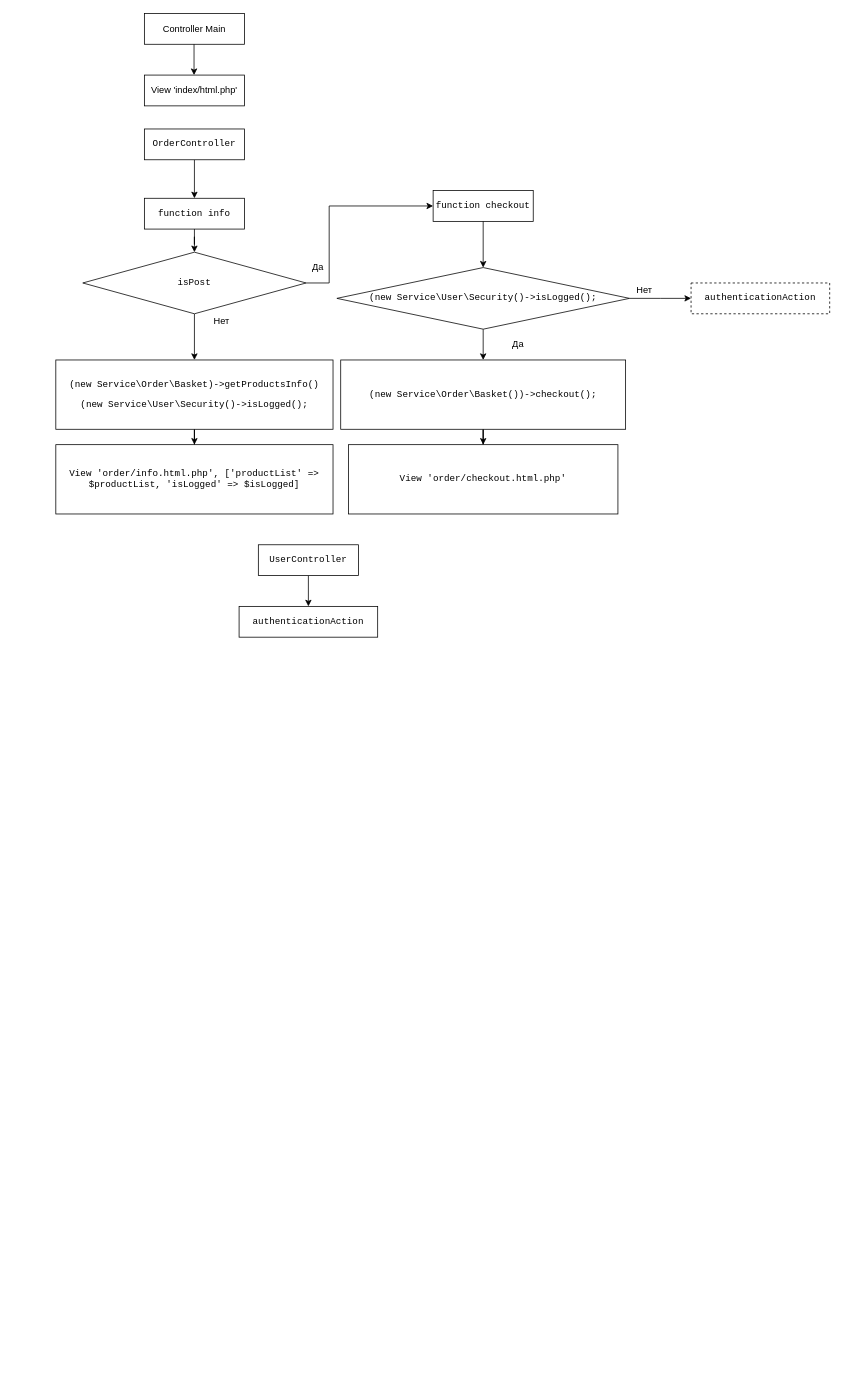
Before: GeekBrinse.drawio in johnkz1981/arch_gb, a draw.io diagram. Source tidied: cells renumbered, new cells numbered last; positions are measured from the earlier drawing's top-left corner, leaving out a move shared by most shapes. Both pictures are drawn from the tidied source at 77%, with x=0, y=0 at pixel (55, 13).
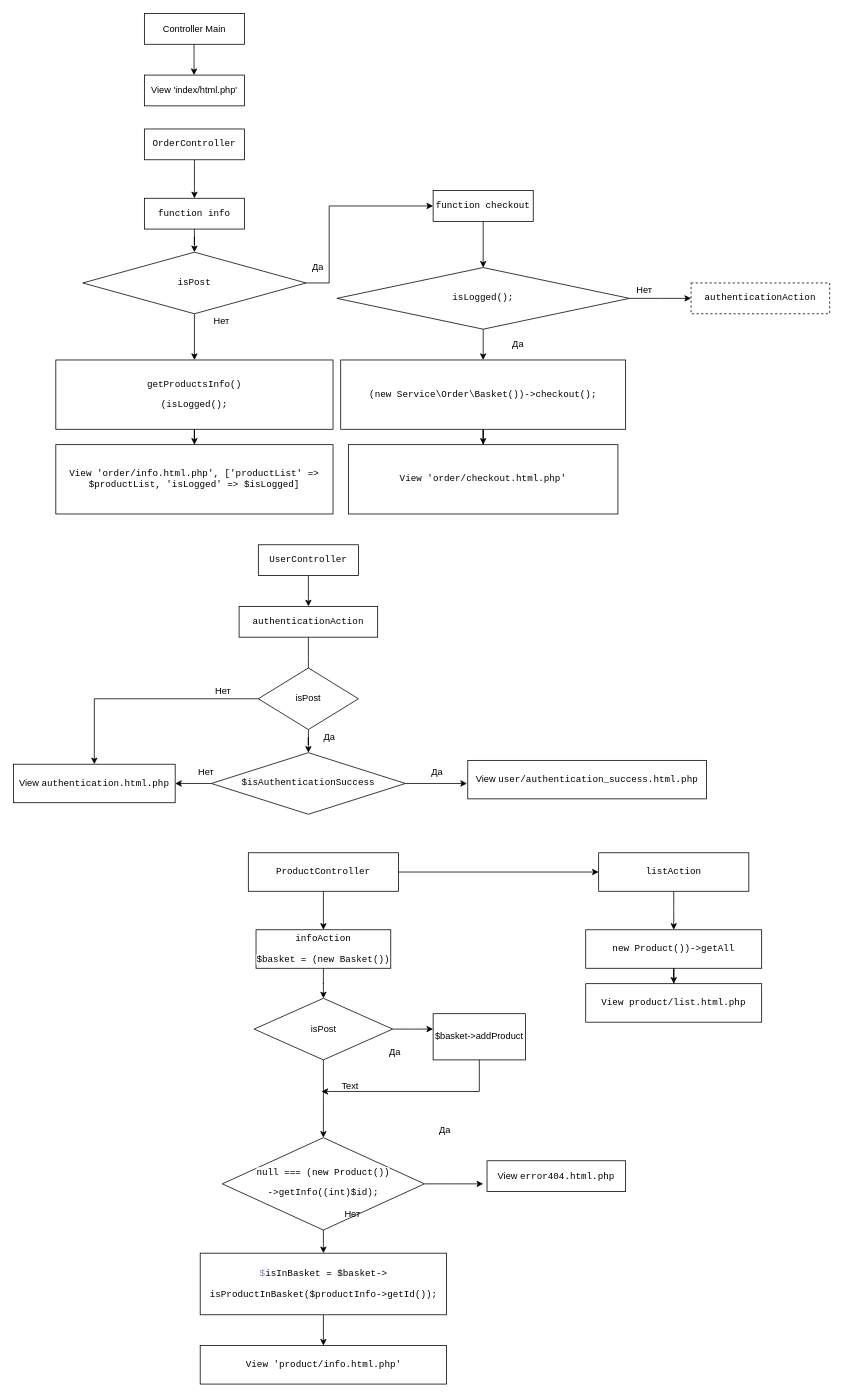
The same page after the edit.

The change refers to these unchanged cells:
```xml
<mxCell id="26" value="&lt;pre style=&quot;font-family: &amp;#34;courier new&amp;#34;&quot;&gt;&lt;pre style=&quot;font-family: &amp;#34;courier new&amp;#34;&quot;&gt;&lt;span style=&quot;background-color: rgb(255 , 255 , 255)&quot;&gt;authenticationAction&lt;/span&gt;&lt;/pre&gt;&lt;/pre&gt;" style="rounded=0;whiteSpace=wrap;html=1;" parent="1" vertex="1">
  <mxGeometry x="238" y="770" width="180" height="40" as="geometry" />
</mxCell>
```

What changed in the source:
```diff
@@
-    <mxCell id="17" value="&lt;pre style=&quot;font-family: &amp;#34;courier new&amp;#34;&quot;&gt;&lt;pre style=&quot;font-family: &amp;#34;courier new&amp;#34;&quot;&gt;&lt;span style=&quot;background-color: rgb(255 , 255 , 255)&quot;&gt;(new Service\Order\Basket)-&amp;gt;&lt;span style=&quot;font-family: &amp;#34;courier new&amp;#34; ; white-space: normal&quot;&gt;getProductsInfo&lt;/span&gt;&lt;span style=&quot;font-family: &amp;#34;courier new&amp;#34; ; white-space: normal&quot;&gt;(&lt;/span&gt;&lt;span style=&quot;font-family: &amp;#34;courier new&amp;#34; ; white-space: normal&quot;&gt;)&lt;/span&gt;&lt;/span&gt;&lt;/pre&gt;&lt;pre style=&quot;font-family: &amp;#34;courier new&amp;#34;&quot;&gt;&lt;pre style=&quot;font-family: &amp;#34;courier new&amp;#34;&quot;&gt;&lt;span style=&quot;background-color: rgb(255 , 255 , 255)&quot;&gt;(new &lt;/span&gt;Service\User\Security()-&amp;gt;isLogged();&lt;/pre&gt;&lt;/pre&gt;&lt;/pre&gt;" style="rounded=0;whiteSpace=wrap;html=1;" parent="1" vertex="1">
+    <mxCell id="17" value="&lt;pre style=&quot;font-family: &amp;#34;courier new&amp;#34;&quot;&gt;&lt;pre style=&quot;font-family: &amp;#34;courier new&amp;#34;&quot;&gt;&lt;span style=&quot;background-color: rgb(255 , 255 , 255)&quot;&gt;&lt;span style=&quot;font-family: &amp;#34;courier new&amp;#34; ; white-space: normal&quot;&gt;getProductsInfo&lt;/span&gt;&lt;span style=&quot;font-family: &amp;#34;courier new&amp;#34; ; white-space: normal&quot;&gt;(&lt;/span&gt;&lt;span style=&quot;font-family: &amp;#34;courier new&amp;#34; ; white-space: normal&quot;&gt;)&lt;/span&gt;&lt;/span&gt;&lt;/pre&gt;&lt;pre style=&quot;font-family: &amp;#34;courier new&amp;#34;&quot;&gt;&lt;pre style=&quot;font-family: &amp;#34;courier new&amp;#34;&quot;&gt;&lt;span style=&quot;background-color: rgb(255 , 255 , 255)&quot;&gt;(&lt;/span&gt;isLogged();&lt;/pre&gt;&lt;/pre&gt;&lt;/pre&gt;" style="rounded=0;whiteSpace=wrap;html=1;" parent="1" vertex="1">
       <mxGeometry y="450" width="360" height="90" as="geometry" />
     </mxCell>
@@
-    <mxCell id="22" value="&lt;pre style=&quot;font-family: &amp;#34;courier new&amp;#34;&quot;&gt;&lt;span style=&quot;background-color: rgb(255 , 255 , 255)&quot;&gt;(new &lt;/span&gt;Service\User\Security()-&amp;gt;isLogged();&lt;/pre&gt;" style="rhombus;whiteSpace=wrap;html=1;" parent="1" vertex="1">
+    <mxCell id="22" value="&lt;pre style=&quot;font-family: &amp;#34;courier new&amp;#34;&quot;&gt;isLogged();&lt;/pre&gt;" style="rhombus;whiteSpace=wrap;html=1;" parent="1" vertex="1">
       <mxGeometry x="365" y="330" width="380" height="80" as="geometry" />
     </mxCell>
@@
+    <mxCell id="32" style="edgeStyle=orthogonalEdgeStyle;rounded=0;jettySize=auto;html=1;" parent="1" edge="1" source="26">
+      <mxGeometry relative="1" as="geometry">
+        <mxPoint x="328" y="860" as="targetPoint" />
+      </mxGeometry>
+    </mxCell>
@@
+    <mxCell id="33" style="edgeStyle=orthogonalEdgeStyle;rounded=0;jettySize=auto;html=1;entryX=0.5;entryY=0;entryDx=0;entryDy=0;" parent="1" edge="1" source="35" target="39">
+      <mxGeometry relative="1" as="geometry" />
+    </mxCell>
+    <mxCell id="34" style="edgeStyle=orthogonalEdgeStyle;rounded=0;jettySize=auto;html=1;" parent="1" edge="1" source="35" target="38">
+      <mxGeometry relative="1" as="geometry" />
+    </mxCell>
+    <mxCell id="35" value="isPost" style="rhombus;whiteSpace=wrap;html=1;" parent="1" vertex="1">
+      <mxGeometry x="263" y="850" width="130" height="80" as="geometry" />
+    </mxCell>
+    <mxCell id="36" style="edgeStyle=orthogonalEdgeStyle;rounded=0;jettySize=auto;html=1;entryX=1;entryY=0.5;entryDx=0;entryDy=0;" parent="1" edge="1" source="38" target="39">
+      <mxGeometry relative="1" as="geometry" />
+    </mxCell>
+    <mxCell id="37" style="edgeStyle=orthogonalEdgeStyle;rounded=0;jettySize=auto;html=1;" parent="1" edge="1" source="38">
+      <mxGeometry relative="1" as="geometry">
+        <mxPoint x="534" y="1000" as="targetPoint" />
+      </mxGeometry>
+    </mxCell>
+    <mxCell id="38" value="&lt;pre style=&quot;font-family: &amp;#34;courier new&amp;#34;&quot;&gt;&lt;span style=&quot;background-color: rgb(255 , 255 , 255)&quot;&gt;$isAuthenticationSuccess&lt;/span&gt;&lt;/pre&gt;" style="rhombus;whiteSpace=wrap;html=1;" parent="1" vertex="1">
+      <mxGeometry x="202" y="960" width="252" height="80" as="geometry" />
+    </mxCell>
+    <mxCell id="39" value="&lt;span style=&quot;background-color: rgb(255 , 255 , 255)&quot;&gt;View&amp;nbsp;&lt;span style=&quot;font-family: &amp;#34;courier new&amp;#34;&quot;&gt;authentication.html.php&lt;/span&gt;&lt;/span&gt;" style="rounded=0;whiteSpace=wrap;html=1;" parent="1" vertex="1">
+      <mxGeometry x="-55" y="975" width="210" height="50" as="geometry" />
+    </mxCell>
+    <mxCell id="40" value="Нет" style="text;html=1;align=center;verticalAlign=middle;" parent="1" vertex="1">
+      <mxGeometry x="197" y="870" width="40" height="20" as="geometry" />
+    </mxCell>
+    <mxCell id="41" value="Нет" style="text;html=1;align=center;verticalAlign=middle;" parent="1" vertex="1">
+      <mxGeometry x="175" y="975" width="40" height="20" as="geometry" />
+    </mxCell>
+    <mxCell id="42" value="View&amp;nbsp;&lt;span style=&quot;font-family: &amp;#34;courier new&amp;#34; ; background-color: rgb(255 , 255 , 255)&quot;&gt;user/authentication_success.html.php&lt;/span&gt;" style="rounded=0;whiteSpace=wrap;html=1;" parent="1" vertex="1">
+      <mxGeometry x="535" y="970" width="310" height="50" as="geometry" />
+    </mxCell>
+    <mxCell id="43" value="Да" style="text;html=1;align=center;verticalAlign=middle;" parent="1" vertex="1">
+      <mxGeometry x="480" y="975" width="30" height="20" as="geometry" />
+    </mxCell>
+    <mxCell id="44" style="edgeStyle=orthogonalEdgeStyle;rounded=0;jettySize=auto;html=1;" parent="1" edge="1" source="46" target="53">
+      <mxGeometry relative="1" as="geometry" />
+    </mxCell>
+    <mxCell id="45" style="edgeStyle=orthogonalEdgeStyle;rounded=0;jettySize=auto;html=1;" parent="1" edge="1" source="46" target="48">
+      <mxGeometry relative="1" as="geometry" />
+    </mxCell>
+    <mxCell id="46" value="&lt;pre style=&quot;font-family: &amp;#34;courier new&amp;#34;&quot;&gt;&lt;span style=&quot;background-color: rgb(255 , 255 , 255)&quot;&gt;ProductController&lt;/span&gt;&lt;/pre&gt;" style="rounded=0;whiteSpace=wrap;html=1;" parent="1" vertex="1">
+      <mxGeometry x="250" y="1090" width="195" height="50" as="geometry" />
+    </mxCell>
+    <mxCell id="47" style="edgeStyle=orthogonalEdgeStyle;rounded=0;jettySize=auto;html=1;" parent="1" edge="1" source="48" target="50">
+      <mxGeometry relative="1" as="geometry" />
+    </mxCell>
+    <mxCell id="48" value="&lt;pre style=&quot;font-family: &amp;#34;courier new&amp;#34;&quot;&gt;&lt;pre style=&quot;font-family: &amp;#34;courier new&amp;#34;&quot;&gt;&lt;span style=&quot;background-color: rgb(255 , 255 , 255)&quot;&gt;listAction&lt;/span&gt;&lt;/pre&gt;&lt;/pre&gt;" style="rounded=0;whiteSpace=wrap;html=1;" parent="1" vertex="1">
+      <mxGeometry x="705" y="1090" width="195" height="50" as="geometry" />
+    </mxCell>
+    <mxCell id="49" style="edgeStyle=orthogonalEdgeStyle;rounded=0;jettySize=auto;html=1;" parent="1" edge="1" source="50" target="51">
+      <mxGeometry relative="1" as="geometry" />
+    </mxCell>
+    <mxCell id="50" value="&lt;pre style=&quot;font-family: &amp;#34;courier new&amp;#34;&quot;&gt;&lt;pre style=&quot;font-family: &amp;#34;courier new&amp;#34;&quot;&gt;&lt;pre style=&quot;font-family: &amp;#34;courier new&amp;#34;&quot;&gt;&lt;span style=&quot;background-color: rgb(255 , 255 , 255)&quot;&gt;new Product())-&amp;gt;getAll&lt;/span&gt;&lt;/pre&gt;&lt;/pre&gt;&lt;/pre&gt;" style="rounded=0;whiteSpace=wrap;html=1;" parent="1" vertex="1">
+      <mxGeometry x="688.2" y="1190" width="228.5" height="50" as="geometry" />
+    </mxCell>
+    <mxCell id="51" value="&lt;pre style=&quot;font-family: &amp;#34;courier new&amp;#34;&quot;&gt;&lt;pre style=&quot;font-family: &amp;#34;courier new&amp;#34;&quot;&gt;&lt;pre style=&quot;font-family: &amp;#34;courier new&amp;#34;&quot;&gt;&lt;span style=&quot;background-color: rgb(255 , 255 , 255)&quot;&gt;View &lt;/span&gt;product/list.html.php&lt;/pre&gt;&lt;/pre&gt;&lt;/pre&gt;" style="rounded=0;whiteSpace=wrap;html=1;" parent="1" vertex="1">
+      <mxGeometry x="688.2" y="1260" width="228.5" height="50" as="geometry" />
+    </mxCell>
+    <mxCell id="52" style="edgeStyle=orthogonalEdgeStyle;rounded=0;jettySize=auto;html=1;entryX=0.5;entryY=0;entryDx=0;entryDy=0;" parent="1" edge="1" source="53" target="56">
+      <mxGeometry relative="1" as="geometry" />
+    </mxCell>
+    <mxCell id="53" value="&lt;pre style=&quot;font-family: &amp;#34;courier new&amp;#34;&quot;&gt;&lt;pre style=&quot;font-family: &amp;#34;courier new&amp;#34;&quot;&gt;&lt;span style=&quot;background-color: rgb(255 , 255 , 255)&quot;&gt;infoAction&lt;/span&gt;&lt;/pre&gt;&lt;pre style=&quot;font-family: &amp;#34;courier new&amp;#34;&quot;&gt;&lt;pre style=&quot;font-family: &amp;#34;courier new&amp;#34;&quot;&gt;&lt;span style=&quot;background-color: rgb(255 , 255 , 255)&quot;&gt;$basket = (new Basket())&lt;/span&gt;&lt;/pre&gt;&lt;/pre&gt;&lt;/pre&gt;" style="rounded=0;whiteSpace=wrap;html=1;" parent="1" vertex="1">
+      <mxGeometry x="260" y="1190" width="175" height="50" as="geometry" />
+    </mxCell>
+    <mxCell id="54" style="edgeStyle=orthogonalEdgeStyle;rounded=0;jettySize=auto;html=1;" parent="1" edge="1" source="56">
+      <mxGeometry relative="1" as="geometry">
+        <mxPoint x="490" y="1319" as="targetPoint" />
+      </mxGeometry>
+    </mxCell>
+    <mxCell id="55" style="edgeStyle=orthogonalEdgeStyle;rounded=0;jettySize=auto;html=1;" parent="1" edge="1" source="56" target="59">
+      <mxGeometry relative="1" as="geometry" />
+    </mxCell>
+    <mxCell id="56" value="isPost" style="rhombus;whiteSpace=wrap;html=1;" parent="1" vertex="1">
+      <mxGeometry x="257.5" y="1279" width="180" height="80" as="geometry" />
+    </mxCell>
+    <mxCell id="57" style="edgeStyle=orthogonalEdgeStyle;rounded=0;jettySize=auto;html=1;" parent="1" edge="1" source="59">
+      <mxGeometry relative="1" as="geometry">
+        <mxPoint x="555" y="1520" as="targetPoint" />
+      </mxGeometry>
+    </mxCell>
+    <mxCell id="58" style="edgeStyle=orthogonalEdgeStyle;rounded=0;jettySize=auto;html=1;" parent="1" edge="1" source="59">
+      <mxGeometry relative="1" as="geometry">
+        <mxPoint x="347.5" y="1610" as="targetPoint" />
+      </mxGeometry>
+    </mxCell>
+    <mxCell id="59" value="&lt;pre style=&quot;font-family: &amp;#34;courier new&amp;#34;&quot;&gt;&lt;span style=&quot;background-color: rgb(255 , 255 , 255)&quot;&gt;&lt;br&gt;&lt;/span&gt;&lt;/pre&gt;&lt;pre style=&quot;font-family: &amp;#34;courier new&amp;#34;&quot;&gt;&lt;span style=&quot;background-color: rgb(255 , 255 , 255) ; white-space: normal&quot;&gt;null === (new Product())&lt;/span&gt;&lt;br&gt;&lt;/pre&gt;&lt;pre style=&quot;font-family: &amp;#34;courier new&amp;#34;&quot;&gt;&lt;span style=&quot;background-color: rgb(255 , 255 , 255)&quot;&gt;-&amp;gt;getInfo((int)$id);&lt;br&gt;&lt;br&gt;&lt;br&gt;&lt;/span&gt;&lt;/pre&gt;" style="rhombus;whiteSpace=wrap;html=1;" parent="1" vertex="1">
+      <mxGeometry x="216.2" y="1460" width="262.5" height="120" as="geometry" />
+    </mxCell>
+    <mxCell id="60" value="Да" style="text;html=1;align=center;verticalAlign=middle;" parent="1" vertex="1">
+      <mxGeometry x="425" y="1339" width="30" height="20" as="geometry" />
+    </mxCell>
+    <mxCell id="61" value="&lt;span style=&quot;background-color: rgb(255 , 255 , 255)&quot;&gt;&lt;span style=&quot;white-space: normal&quot;&gt;View&amp;nbsp;&lt;/span&gt;&lt;span style=&quot;font-family: &amp;#34;courier new&amp;#34;&quot;&gt;error404.html.php&lt;/span&gt;&lt;/span&gt;" style="rounded=0;whiteSpace=wrap;html=1;" parent="1" vertex="1">
+      <mxGeometry x="560" y="1490" width="180" height="40" as="geometry" />
+    </mxCell>
+    <mxCell id="62" value="Да" style="text;html=1;align=center;verticalAlign=middle;" parent="1" vertex="1">
+      <mxGeometry x="490" y="1440" width="30" height="20" as="geometry" />
+    </mxCell>
+    <mxCell id="63" style="edgeStyle=orthogonalEdgeStyle;rounded=0;jettySize=auto;html=1;" parent="1" edge="1" source="64" target="65">
+      <mxGeometry relative="1" as="geometry" />
+    </mxCell>
+    <mxCell id="64" value="&lt;pre style=&quot;font-family: &amp;#34;courier new&amp;#34;&quot;&gt;&lt;span style=&quot;background-color: rgb(255 , 255 , 255)&quot;&gt;&lt;span style=&quot;color: rgb(152 , 118 , 170)&quot;&gt;$&lt;/span&gt;isInBasket = $basket-&amp;gt;&lt;/span&gt;&lt;/pre&gt;&lt;pre style=&quot;font-family: &amp;#34;courier new&amp;#34;&quot;&gt;&lt;span style=&quot;background-color: rgb(255 , 255 , 255)&quot;&gt;isProductInBasket($productInfo-&amp;gt;getId());&lt;br&gt;&lt;/span&gt;&lt;/pre&gt;" style="rounded=0;whiteSpace=wrap;html=1;" parent="1" vertex="1">
+      <mxGeometry x="187.5" y="1610" width="320" height="80" as="geometry" />
+    </mxCell>
+    <mxCell id="65" value="&lt;pre style=&quot;font-family: &amp;#34;courier new&amp;#34;&quot;&gt;&lt;pre style=&quot;font-family: &amp;#34;courier new&amp;#34;&quot;&gt;&lt;span style=&quot;background-color: rgb(255 , 255 , 255)&quot;&gt;View 'product/info.html.php'&lt;/span&gt;&lt;/pre&gt;&lt;/pre&gt;" style="rounded=0;whiteSpace=wrap;html=1;" parent="1" vertex="1">
+      <mxGeometry x="187.5" y="1730" width="320" height="50" as="geometry" />
+    </mxCell>
+    <mxCell id="66" value="Нет" style="text;html=1;align=center;verticalAlign=middle;" parent="1" vertex="1">
+      <mxGeometry x="365" y="1550" width="40" height="20" as="geometry" />
+    </mxCell>
+    <mxCell id="67" value="Да" style="text;html=1;align=center;verticalAlign=middle;" parent="1" vertex="1">
+      <mxGeometry x="340" y="930" width="30" height="20" as="geometry" />
+    </mxCell>
+    <mxCell id="68" value="Text" style="text;html=1;align=center;verticalAlign=middle;" parent="1" vertex="1">
+      <mxGeometry x="362" y="1383" width="40" height="20" as="geometry" />
+    </mxCell>
+    <mxCell id="69" style="edgeStyle=orthogonalEdgeStyle;rounded=0;jettySize=auto;html=1;" parent="1" edge="1" source="70">
+      <mxGeometry relative="1" as="geometry">
+        <mxPoint x="345" y="1400" as="targetPoint" />
+        <Array as="points">
+          <mxPoint x="550" y="1400" />
+        </Array>
+      </mxGeometry>
+    </mxCell>
+    <mxCell id="70" value="&lt;span style=&quot;white-space: normal&quot;&gt;$basket-&amp;gt;addProduct&lt;/span&gt;" style="rounded=0;whiteSpace=wrap;html=1;" parent="1" vertex="1">
+      <mxGeometry x="490" y="1299" width="120" height="60" as="geometry" />
+    </mxCell>
```
